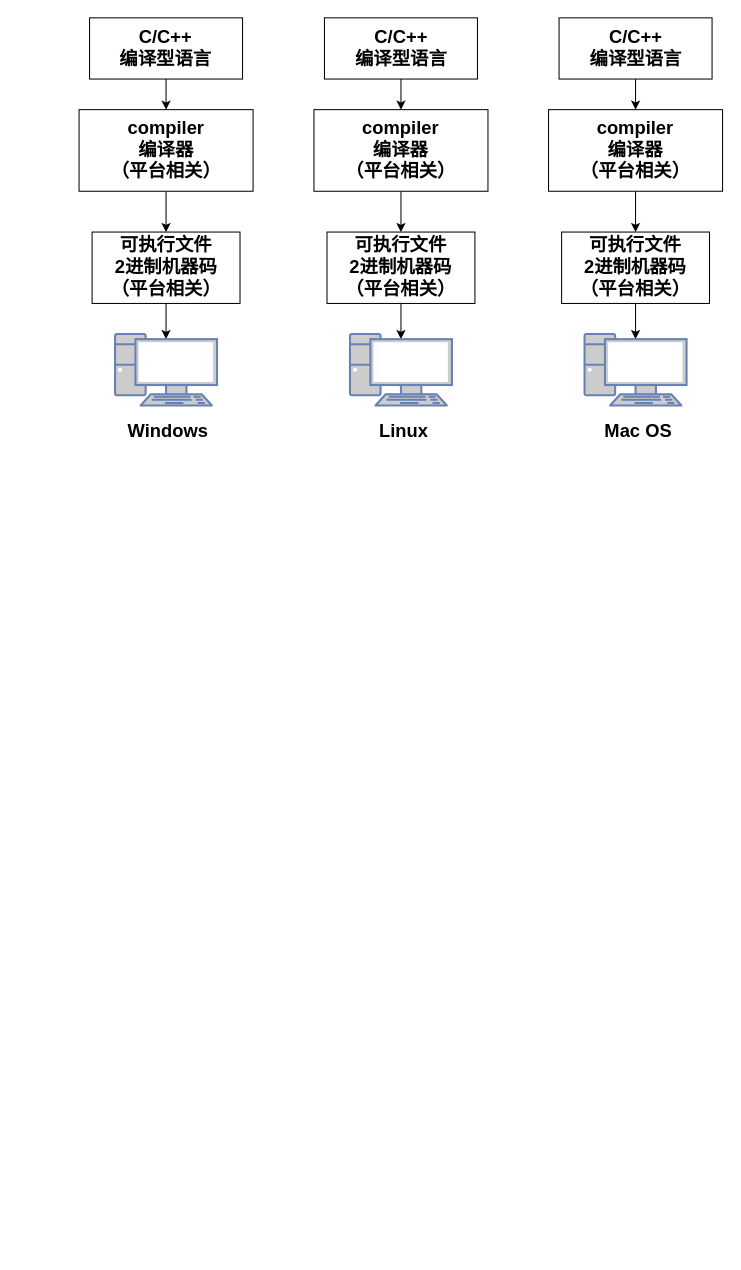
Above: JVM.drawio in GitHeP/diagrams (draw.io), before the change. Source tidied: cells renumbered, new cells numbered last; positions are measured from the earlier drawing's top-left corner, leaving out a move shared by most shapes. Both pictures are drawn from the tidied source at 102%, with x=0, y=0 at pixel (79, 17).
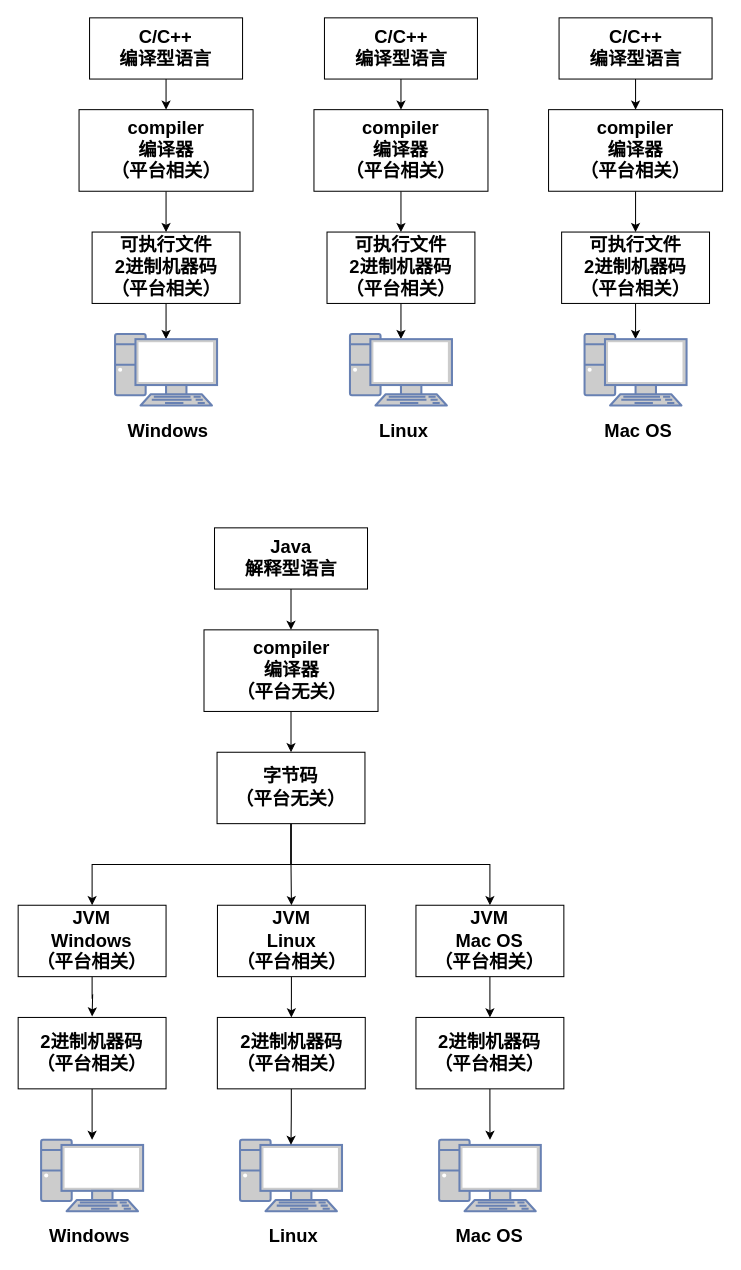
After the change.

The edit, as a diff of the source:
```diff
@@
+    <mxCell id="26" style="edgeStyle=orthogonalEdgeStyle;rounded=0;jettySize=auto;html=1;" parent="1" edge="1" source="27" target="29">
+      <mxGeometry relative="1" as="geometry" />
+    </mxCell>
+    <mxCell id="27" value="&lt;font style=&quot;font-size: 18px;&quot;&gt;&lt;b&gt;Java&lt;br style=&quot;border-color: var(--border-color);&quot;&gt;解释型语言&lt;br&gt;&lt;/b&gt;&lt;/font&gt;" style="rounded=0;whiteSpace=wrap;html=1;" parent="1" vertex="1">
+      <mxGeometry x="132.8" y="500" width="150" height="60" as="geometry" />
+    </mxCell>
+    <mxCell id="28" style="edgeStyle=orthogonalEdgeStyle;rounded=0;jettySize=auto;html=1;" parent="1" edge="1" source="29" target="33">
+      <mxGeometry relative="1" as="geometry" />
+    </mxCell>
+    <mxCell id="29" value="&lt;font style=&quot;font-size: 18px;&quot;&gt;&lt;b&gt;compiler&lt;br&gt;编译器&lt;br&gt;（平台无关）&lt;br&gt;&lt;/b&gt;&lt;/font&gt;" style="rounded=0;whiteSpace=wrap;html=1;" parent="1" vertex="1">
+      <mxGeometry x="122.5" y="600" width="170.6" height="80" as="geometry" />
+    </mxCell>
+    <mxCell id="30" style="edgeStyle=orthogonalEdgeStyle;rounded=0;jettySize=auto;html=1;exitX=0.5;exitY=1;exitDx=0;exitDy=0;" parent="1" edge="1" source="33" target="35">
+      <mxGeometry relative="1" as="geometry" />
+    </mxCell>
+    <mxCell id="31" style="edgeStyle=orthogonalEdgeStyle;rounded=0;jettySize=auto;html=1;" parent="1" edge="1" source="33" target="37">
+      <mxGeometry relative="1" as="geometry" />
+    </mxCell>
+    <mxCell id="32" style="edgeStyle=orthogonalEdgeStyle;rounded=0;jettySize=auto;html=1;exitX=0.5;exitY=1;exitDx=0;exitDy=0;" parent="1" edge="1" source="33" target="39">
+      <mxGeometry relative="1" as="geometry" />
+    </mxCell>
+    <mxCell id="33" value="&lt;font style=&quot;font-size: 18px;&quot;&gt;&lt;b&gt;字节码&lt;br&gt;&lt;/b&gt;&lt;b style=&quot;border-color: var(--border-color);&quot;&gt;（平台无关）&lt;/b&gt;&lt;b&gt;&lt;br&gt;&lt;/b&gt;&lt;/font&gt;" style="rounded=0;whiteSpace=wrap;html=1;" parent="1" vertex="1">
+      <mxGeometry x="135.3" y="720" width="145" height="70" as="geometry" />
+    </mxCell>
+    <mxCell id="34" style="edgeStyle=orthogonalEdgeStyle;rounded=0;jettySize=auto;html=1;" parent="1" edge="1" source="35">
+      <mxGeometry relative="1" as="geometry">
+        <mxPoint x="12.8" y="979" as="targetPoint" />
+      </mxGeometry>
+    </mxCell>
+    <mxCell id="35" value="&lt;font style=&quot;font-size: 18px;&quot;&gt;&lt;b&gt;JVM&lt;br&gt;Windows&lt;br&gt;（平台相关）&lt;br&gt;&lt;/b&gt;&lt;/font&gt;" style="rounded=0;whiteSpace=wrap;html=1;" parent="1" vertex="1">
+      <mxGeometry x="-59.7" y="870" width="145" height="70" as="geometry" />
+    </mxCell>
+    <mxCell id="36" style="edgeStyle=orthogonalEdgeStyle;rounded=0;jettySize=auto;html=1;" parent="1" edge="1" source="37" target="49">
+      <mxGeometry relative="1" as="geometry" />
+    </mxCell>
+    <mxCell id="37" value="&lt;font style=&quot;font-size: 18px;&quot;&gt;&lt;b&gt;JVM&lt;br&gt;Linux&lt;br&gt;（平台相关）&lt;br&gt;&lt;/b&gt;&lt;/font&gt;" style="rounded=0;whiteSpace=wrap;html=1;" parent="1" vertex="1">
+      <mxGeometry x="135.7" y="870" width="145" height="70" as="geometry" />
+    </mxCell>
+    <mxCell id="38" style="edgeStyle=orthogonalEdgeStyle;rounded=0;jettySize=auto;html=1;" parent="1" edge="1" source="39" target="51">
+      <mxGeometry relative="1" as="geometry" />
+    </mxCell>
+    <mxCell id="39" value="&lt;font style=&quot;font-size: 18px;&quot;&gt;&lt;b&gt;JVM&lt;br&gt;Mac OS&lt;br&gt;（平台相关）&lt;br&gt;&lt;/b&gt;&lt;/font&gt;" style="rounded=0;whiteSpace=wrap;html=1;" parent="1" vertex="1">
+      <mxGeometry x="330.3" y="870" width="145" height="70" as="geometry" />
+    </mxCell>
+    <mxCell id="40" style="fontColor=#0066CC;verticalAlign=top;verticalLabelPosition=bottom;labelPosition=center;align=center;html=1;outlineConnect=0;fillColor=#CCCCCC;strokeColor=#6881B3;gradientColor=none;gradientDirection=north;strokeWidth=2;shape=mxgraph.networks.pc;" parent="1" vertex="1">
+      <mxGeometry x="-37.2" y="1100" width="100" height="70" as="geometry" />
+    </mxCell>
+    <mxCell id="41" value="&lt;font style=&quot;font-size: 18px;&quot;&gt;&lt;b&gt;Windows&lt;/b&gt;&lt;/font&gt;" style="text;html=1;strokeColor=none;fillColor=none;align=center;verticalAlign=middle;whiteSpace=wrap;rounded=0;" parent="1" vertex="1">
+      <mxGeometry x="-42.2" y="1180" width="105" height="30" as="geometry" />
+    </mxCell>
+    <mxCell id="42" style="fontColor=#0066CC;verticalAlign=top;verticalLabelPosition=bottom;labelPosition=center;align=center;html=1;outlineConnect=0;fillColor=#CCCCCC;strokeColor=#6881B3;gradientColor=none;gradientDirection=north;strokeWidth=2;shape=mxgraph.networks.pc;" parent="1" vertex="1">
+      <mxGeometry x="157.8" y="1100" width="100" height="70" as="geometry" />
+    </mxCell>
+    <mxCell id="43" value="&lt;font style=&quot;font-size: 18px;&quot;&gt;&lt;b&gt;Linux&lt;/b&gt;&lt;/font&gt;" style="text;html=1;strokeColor=none;fillColor=none;align=center;verticalAlign=middle;whiteSpace=wrap;rounded=0;" parent="1" vertex="1">
+      <mxGeometry x="157.8" y="1180" width="105" height="30" as="geometry" />
+    </mxCell>
+    <mxCell id="44" style="fontColor=#0066CC;verticalAlign=top;verticalLabelPosition=bottom;labelPosition=center;align=center;html=1;outlineConnect=0;fillColor=#CCCCCC;strokeColor=#6881B3;gradientColor=none;gradientDirection=north;strokeWidth=2;shape=mxgraph.networks.pc;" parent="1" vertex="1">
+      <mxGeometry x="353" y="1100" width="99.7" height="70" as="geometry" />
+    </mxCell>
+    <mxCell id="45" value="&lt;span style=&quot;font-size: 18px;&quot;&gt;&lt;b&gt;Mac OS&lt;/b&gt;&lt;/span&gt;" style="text;html=1;strokeColor=none;fillColor=none;align=center;verticalAlign=middle;whiteSpace=wrap;rounded=0;" parent="1" vertex="1">
+      <mxGeometry x="350.3" y="1180" width="105" height="30" as="geometry" />
+    </mxCell>
+    <mxCell id="46" style="edgeStyle=orthogonalEdgeStyle;rounded=0;jettySize=auto;html=1;" parent="1" edge="1" source="47" target="40">
+      <mxGeometry relative="1" as="geometry" />
+    </mxCell>
+    <mxCell id="47" value="&lt;font style=&quot;font-size: 18px;&quot;&gt;&lt;b style=&quot;border-color: var(--border-color);&quot;&gt;2进制机器码&lt;br&gt;&lt;/b&gt;&lt;b&gt;（平台相关）&lt;br&gt;&lt;/b&gt;&lt;/font&gt;" style="rounded=0;whiteSpace=wrap;html=1;" parent="1" vertex="1">
+      <mxGeometry x="-59.7" y="980" width="145" height="70" as="geometry" />
+    </mxCell>
+    <mxCell id="48" style="edgeStyle=orthogonalEdgeStyle;rounded=0;jettySize=auto;html=1;entryX=0.5;entryY=0.07;entryDx=0;entryDy=0;entryPerimeter=0;" parent="1" edge="1" source="49" target="42">
+      <mxGeometry relative="1" as="geometry" />
+    </mxCell>
+    <mxCell id="49" value="&lt;font style=&quot;font-size: 18px;&quot;&gt;&lt;b style=&quot;border-color: var(--border-color);&quot;&gt;2进制机器码&lt;br&gt;&lt;/b&gt;&lt;b&gt;（平台相关）&lt;br&gt;&lt;/b&gt;&lt;/font&gt;" style="rounded=0;whiteSpace=wrap;html=1;" parent="1" vertex="1">
+      <mxGeometry x="135.6" y="980" width="145" height="70" as="geometry" />
+    </mxCell>
+    <mxCell id="50" style="edgeStyle=orthogonalEdgeStyle;rounded=0;jettySize=auto;html=1;" parent="1" edge="1" source="51" target="44">
+      <mxGeometry relative="1" as="geometry" />
+    </mxCell>
+    <mxCell id="51" value="&lt;font style=&quot;font-size: 18px;&quot;&gt;&lt;b style=&quot;border-color: var(--border-color);&quot;&gt;2进制机器码&lt;br&gt;&lt;/b&gt;&lt;b&gt;（平台相关）&lt;br&gt;&lt;/b&gt;&lt;/font&gt;" style="rounded=0;whiteSpace=wrap;html=1;" parent="1" vertex="1">
+      <mxGeometry x="330.3" y="980" width="145" height="70" as="geometry" />
+    </mxCell>
```
